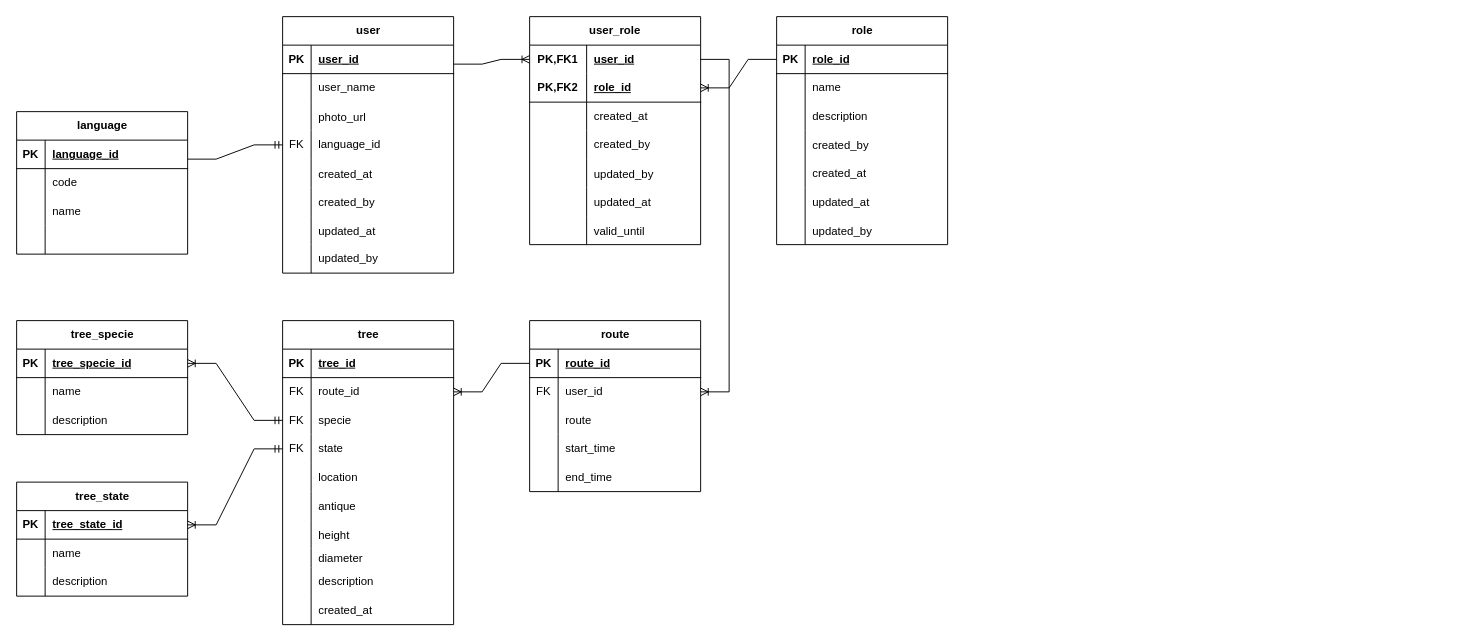
PabloPei/TreeSense-Backend keeps this draw.io diagram as docs/files/diagrams/entity_relationship.drawio. Above is the earlier version. Source tidied: cells renumbered, new cells numbered last; positions are measured from the earlier drawing's top-left corner, leaving out a move shared by most shapes. Both pictures are drawn from the tidied source at 95%, with x=0, y=0 at pixel (-12, 16).
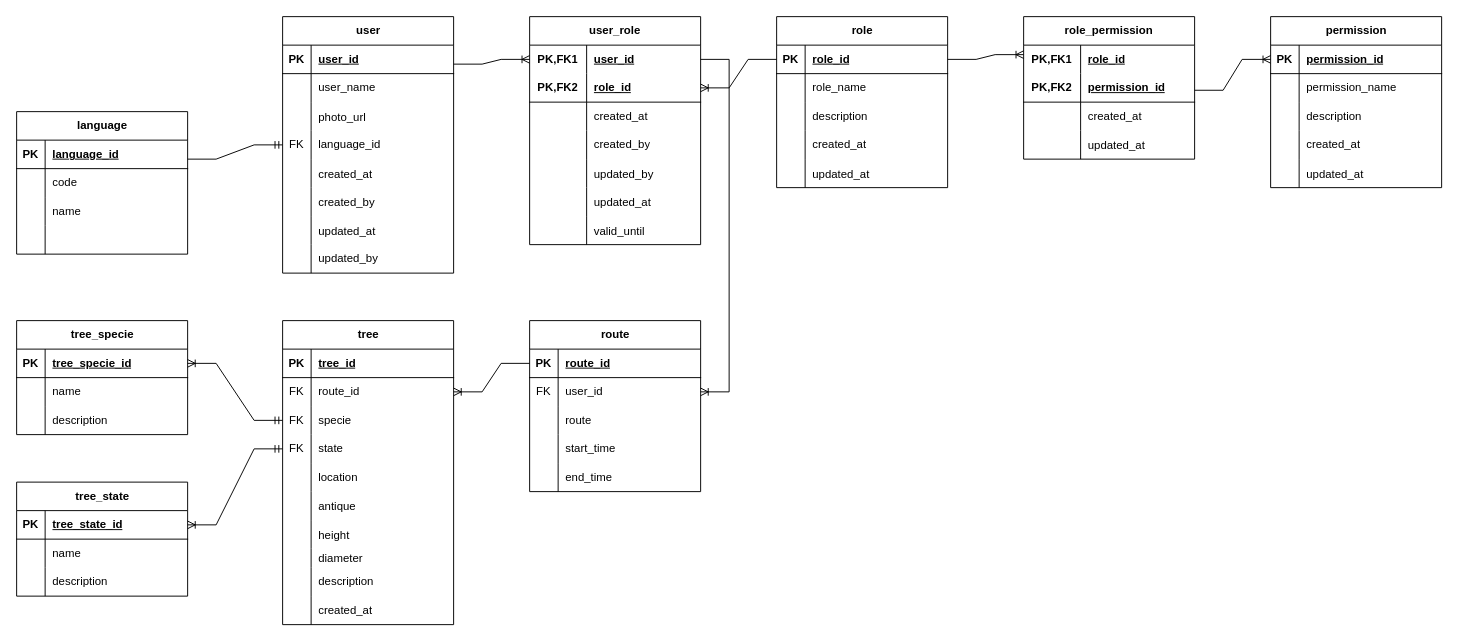
After the change.

Unchanged cells that the change refers to:
```xml
<mxCell id="67" style="shape=tableRow;horizontal=0;startSize=0;swimlaneHead=0;swimlaneBody=0;fillColor=none;top=0;left=0;right=0;bottom=0;" parent="63" vertex="1">
  <mxGeometry y="60" width="180" height="30" as="geometry" />
</mxCell>
```

The edit, as a diff of the source:
```diff
@@
     <mxCell id="63" value="role" style="shape=table;startSize=30;childLayout=tableLayout;rowLines=0;fontStyle=1;align=center;html=1;" parent="1" vertex="1">
-      <mxGeometry x="830" width="180" height="240" as="geometry" />
+      <mxGeometry x="830" width="180" height="180" as="geometry" />
     </mxCell>
@@
-    <mxCell id="69" value="name" style="shape=partialRectangle;fillColor=none;top=0;left=0;bottom=0;right=0;align=left;spacingLeft=6;overflow=hidden;whiteSpace=wrap;html=1;" parent="67" vertex="1">
+    <mxCell id="69" value="role_name" style="shape=partialRectangle;fillColor=none;top=0;left=0;bottom=0;right=0;align=left;spacingLeft=6;overflow=hidden;whiteSpace=wrap;html=1;" parent="67" vertex="1">
       <mxGeometry x="30" width="150" height="30" as="geometry" />
     </mxCell>
@@
-    <mxCell id="73" style="shape=tableRow;horizontal=0;startSize=0;swimlaneHead=0;swimlaneBody=0;fillColor=none;top=0;left=0;right=0;bottom=0;" parent="63" vertex="1">
-      <mxGeometry y="120" width="180" height="30" as="geometry" />
-    </mxCell>
-    <mxCell id="74" style="shape=partialRectangle;fillColor=none;top=0;left=0;bottom=0;right=0;overflow=hidden;" parent="73" vertex="1">
-      <mxGeometry width="30" height="30" as="geometry" />
-    </mxCell>
-    <mxCell id="75" value="created_by" style="shape=partialRectangle;fillColor=none;top=0;left=0;bottom=0;right=0;align=left;spacingLeft=6;overflow=hidden;" parent="73" vertex="1">
-      <mxGeometry x="30" width="150" height="30" as="geometry" />
-    </mxCell>
     <mxCell id="76" style="shape=tableRow;horizontal=0;startSize=0;swimlaneHead=0;swimlaneBody=0;fillColor=none;top=0;left=0;right=0;bottom=0;" parent="63" vertex="1">
-      <mxGeometry y="150" width="180" height="30" as="geometry" />
+      <mxGeometry y="120" width="180" height="30" as="geometry" />
     </mxCell>
@@
     <mxCell id="79" style="shape=tableRow;horizontal=0;startSize=0;swimlaneHead=0;swimlaneBody=0;fillColor=none;top=0;left=0;right=0;bottom=0;" parent="63" vertex="1">
-      <mxGeometry y="180" width="180" height="30" as="geometry" />
+      <mxGeometry y="150" width="180" height="30" as="geometry" />
     </mxCell>
@@
-    <mxCell id="82" style="shape=tableRow;horizontal=0;startSize=0;swimlaneHead=0;swimlaneBody=0;fillColor=none;top=0;left=0;right=0;bottom=0;" parent="63" vertex="1">
-      <mxGeometry y="210" width="180" height="30" as="geometry" />
-    </mxCell>
-    <mxCell id="83" style="shape=partialRectangle;fillColor=none;top=0;left=0;bottom=0;right=0;overflow=hidden;" parent="82" vertex="1">
-      <mxGeometry width="30" height="30" as="geometry" />
-    </mxCell>
-    <mxCell id="84" value="updated_by" style="shape=partialRectangle;fillColor=none;top=0;left=0;bottom=0;right=0;align=left;spacingLeft=6;overflow=hidden;" parent="82" vertex="1">
-      <mxGeometry x="30" width="150" height="30" as="geometry" />
-    </mxCell>
@@
+    <mxCell id="158" value="permission" style="shape=table;startSize=30;childLayout=tableLayout;rowLines=0;fontStyle=1;align=center;html=1;" parent="1" vertex="1">
+      <mxGeometry x="1350" width="180" height="180" as="geometry" />
+    </mxCell>
+    <mxCell id="159" style="shape=tableRow;horizontal=0;startSize=0;swimlaneHead=0;swimlaneBody=0;fillColor=none;points=[[0,0.5],[1,0.5]];portConstraint=eastwest;top=0;left=0;right=0;bottom=1;" parent="158" vertex="1">
+      <mxGeometry y="30" width="180" height="30" as="geometry" />
+    </mxCell>
+    <mxCell id="160" value="PK" style="shape=partialRectangle;fillColor=none;top=0;left=0;bottom=0;right=0;fontStyle=1;overflow=hidden;whiteSpace=wrap;html=1;" parent="159" vertex="1">
+      <mxGeometry width="30" height="30" as="geometry" />
+    </mxCell>
+    <mxCell id="161" value="permission_id" style="shape=partialRectangle;fillColor=none;top=0;left=0;bottom=0;right=0;align=left;spacingLeft=6;fontStyle=5;overflow=hidden;whiteSpace=wrap;html=1;" parent="159" vertex="1">
+      <mxGeometry x="30" width="150" height="30" as="geometry" />
+    </mxCell>
+    <mxCell id="162" style="shape=tableRow;horizontal=0;startSize=0;swimlaneHead=0;swimlaneBody=0;fillColor=none;top=0;left=0;right=0;bottom=0;" parent="158" vertex="1">
+      <mxGeometry y="60" width="180" height="30" as="geometry" />
+    </mxCell>
+    <mxCell id="163" style="shape=partialRectangle;fillColor=none;top=0;left=0;bottom=0;right=0;overflow=hidden;whiteSpace=wrap;html=1;" parent="162" vertex="1">
+      <mxGeometry width="30" height="30" as="geometry" />
+    </mxCell>
+    <mxCell id="164" value="permission_name" style="shape=partialRectangle;fillColor=none;top=0;left=0;bottom=0;right=0;align=left;spacingLeft=6;overflow=hidden;whiteSpace=wrap;html=1;" parent="162" vertex="1">
+      <mxGeometry x="30" width="150" height="30" as="geometry" />
+    </mxCell>
+    <mxCell id="165" style="shape=tableRow;horizontal=0;startSize=0;swimlaneHead=0;swimlaneBody=0;fillColor=none;top=0;left=0;right=0;bottom=0;" parent="158" vertex="1">
+      <mxGeometry y="90" width="180" height="30" as="geometry" />
+    </mxCell>
+    <mxCell id="166" style="shape=partialRectangle;fillColor=none;top=0;left=0;bottom=0;right=0;overflow=hidden;whiteSpace=wrap;html=1;" parent="165" vertex="1">
+      <mxGeometry width="30" height="30" as="geometry" />
+    </mxCell>
+    <mxCell id="167" value="description" style="shape=partialRectangle;fillColor=none;top=0;left=0;bottom=0;right=0;align=left;spacingLeft=6;overflow=hidden;whiteSpace=wrap;html=1;" parent="165" vertex="1">
+      <mxGeometry x="30" width="150" height="30" as="geometry" />
+    </mxCell>
+    <mxCell id="168" style="shape=tableRow;horizontal=0;startSize=0;swimlaneHead=0;swimlaneBody=0;fillColor=none;top=0;left=0;right=0;bottom=0;" parent="158" vertex="1">
+      <mxGeometry y="120" width="180" height="30" as="geometry" />
+    </mxCell>
+    <mxCell id="169" style="shape=partialRectangle;fillColor=none;top=0;left=0;bottom=0;right=0;overflow=hidden;whiteSpace=wrap;html=1;" parent="168" vertex="1">
+      <mxGeometry width="30" height="30" as="geometry" />
+    </mxCell>
+    <mxCell id="170" value="created_at" style="shape=partialRectangle;fillColor=none;top=0;left=0;bottom=0;right=0;align=left;spacingLeft=6;overflow=hidden;whiteSpace=wrap;html=1;" parent="168" vertex="1">
+      <mxGeometry x="30" width="150" height="30" as="geometry" />
+    </mxCell>
+    <mxCell id="171" style="shape=tableRow;horizontal=0;startSize=0;swimlaneHead=0;swimlaneBody=0;fillColor=none;top=0;left=0;right=0;bottom=0;" parent="158" vertex="1">
+      <mxGeometry y="150" width="180" height="30" as="geometry" />
+    </mxCell>
+    <mxCell id="172" style="shape=partialRectangle;fillColor=none;top=0;left=0;bottom=0;right=0;overflow=hidden;" parent="171" vertex="1">
+      <mxGeometry width="30" height="30" as="geometry" />
+    </mxCell>
+    <mxCell id="173" value="updated_at" style="shape=partialRectangle;fillColor=none;top=0;left=0;bottom=0;right=0;align=left;spacingLeft=6;overflow=hidden;" parent="171" vertex="1">
+      <mxGeometry x="30" width="150" height="30" as="geometry" />
+    </mxCell>
+    <mxCell id="174" value="role_permission" style="shape=table;startSize=30;childLayout=tableLayout;rowLines=0;fontStyle=1;align=center;html=1;whiteSpace=wrap;" parent="1" vertex="1">
+      <mxGeometry x="1090" width="180" height="150" as="geometry" />
+    </mxCell>
+    <mxCell id="175" style="shape=tableRow;horizontal=0;startSize=0;swimlaneHead=0;swimlaneBody=0;fillColor=none;top=0;left=0;right=0;bottom=0;html=1;" parent="174" vertex="1">
+      <mxGeometry y="30" width="180" height="30" as="geometry" />
+    </mxCell>
+    <mxCell id="176" value="PK,FK1" style="shape=partialRectangle;fillColor=none;top=0;left=0;bottom=0;right=0;fontStyle=1;overflow=hidden;html=1;whiteSpace=wrap;" parent="175" vertex="1">
+      <mxGeometry width="60" height="30" as="geometry" />
+    </mxCell>
+    <mxCell id="177" value="role_id" style="shape=partialRectangle;fillColor=none;top=0;left=0;bottom=0;right=0;align=left;spacingLeft=6;fontStyle=5;overflow=hidden;html=1;whiteSpace=wrap;" parent="175" vertex="1">
+      <mxGeometry x="60" width="120" height="30" as="geometry" />
+    </mxCell>
+    <mxCell id="178" style="shape=tableRow;horizontal=0;startSize=0;swimlaneHead=0;swimlaneBody=0;fillColor=none;top=0;left=0;right=0;bottom=1;html=1;" parent="174" vertex="1">
+      <mxGeometry y="60" width="180" height="30" as="geometry" />
+    </mxCell>
+    <mxCell id="179" value="PK,FK2" style="shape=partialRectangle;fillColor=none;top=0;left=0;bottom=0;right=0;fontStyle=1;overflow=hidden;html=1;whiteSpace=wrap;" parent="178" vertex="1">
+      <mxGeometry width="60" height="30" as="geometry" />
+    </mxCell>
+    <mxCell id="180" value="permission_id" style="shape=partialRectangle;fillColor=none;top=0;left=0;bottom=0;right=0;align=left;spacingLeft=6;fontStyle=5;overflow=hidden;html=1;whiteSpace=wrap;" parent="178" vertex="1">
+      <mxGeometry x="60" width="120" height="30" as="geometry" />
+    </mxCell>
+    <mxCell id="181" style="shape=tableRow;horizontal=0;startSize=0;swimlaneHead=0;swimlaneBody=0;fillColor=none;top=0;left=0;right=0;bottom=0;html=1;" parent="174" vertex="1">
+      <mxGeometry y="90" width="180" height="30" as="geometry" />
+    </mxCell>
+    <mxCell id="182" style="shape=partialRectangle;fillColor=none;top=0;left=0;bottom=0;right=0;overflow=hidden;html=1;whiteSpace=wrap;" parent="181" vertex="1">
+      <mxGeometry width="60" height="30" as="geometry" />
+    </mxCell>
+    <mxCell id="183" value="created_at" style="shape=partialRectangle;fillColor=none;top=0;left=0;bottom=0;right=0;align=left;spacingLeft=6;overflow=hidden;html=1;whiteSpace=wrap;" parent="181" vertex="1">
+      <mxGeometry x="60" width="120" height="30" as="geometry" />
+    </mxCell>
+    <mxCell id="184" style="shape=tableRow;horizontal=0;startSize=0;swimlaneHead=0;swimlaneBody=0;fillColor=none;top=0;left=0;right=0;bottom=0;" parent="174" vertex="1">
+      <mxGeometry y="120" width="180" height="30" as="geometry" />
+    </mxCell>
+    <mxCell id="185" style="shape=partialRectangle;fillColor=none;top=0;left=0;bottom=0;right=0;overflow=hidden;" parent="184" vertex="1">
+      <mxGeometry width="60" height="30" as="geometry" />
+    </mxCell>
+    <mxCell id="186" value="updated_at" style="shape=partialRectangle;fillColor=none;top=0;left=0;bottom=0;right=0;align=left;spacingLeft=6;overflow=hidden;" parent="184" vertex="1">
+      <mxGeometry x="60" width="120" height="30" as="geometry" />
+    </mxCell>
+    <mxCell id="187" style="edgeStyle=entityRelationEdgeStyle;fontSize=12;html=1;endArrow=ERoneToMany;rounded=0;entryX=0;entryY=0.5;entryDx=0;entryDy=0;" parent="1" edge="1">
+      <mxGeometry relative="1" as="geometry">
+        <mxPoint x="1010" y="45" as="sourcePoint" />
+        <mxPoint x="1090" y="40" as="targetPoint" />
+      </mxGeometry>
+    </mxCell>
+    <mxCell id="188" style="edgeStyle=entityRelationEdgeStyle;fontSize=12;html=1;endArrow=ERoneToMany;rounded=0;entryX=0;entryY=0.5;entryDx=0;entryDy=0;" parent="1" edge="1" target="159">
+      <mxGeometry relative="1" as="geometry">
+        <mxPoint x="1270" y="77.5" as="sourcePoint" />
+      </mxGeometry>
+    </mxCell>
```
